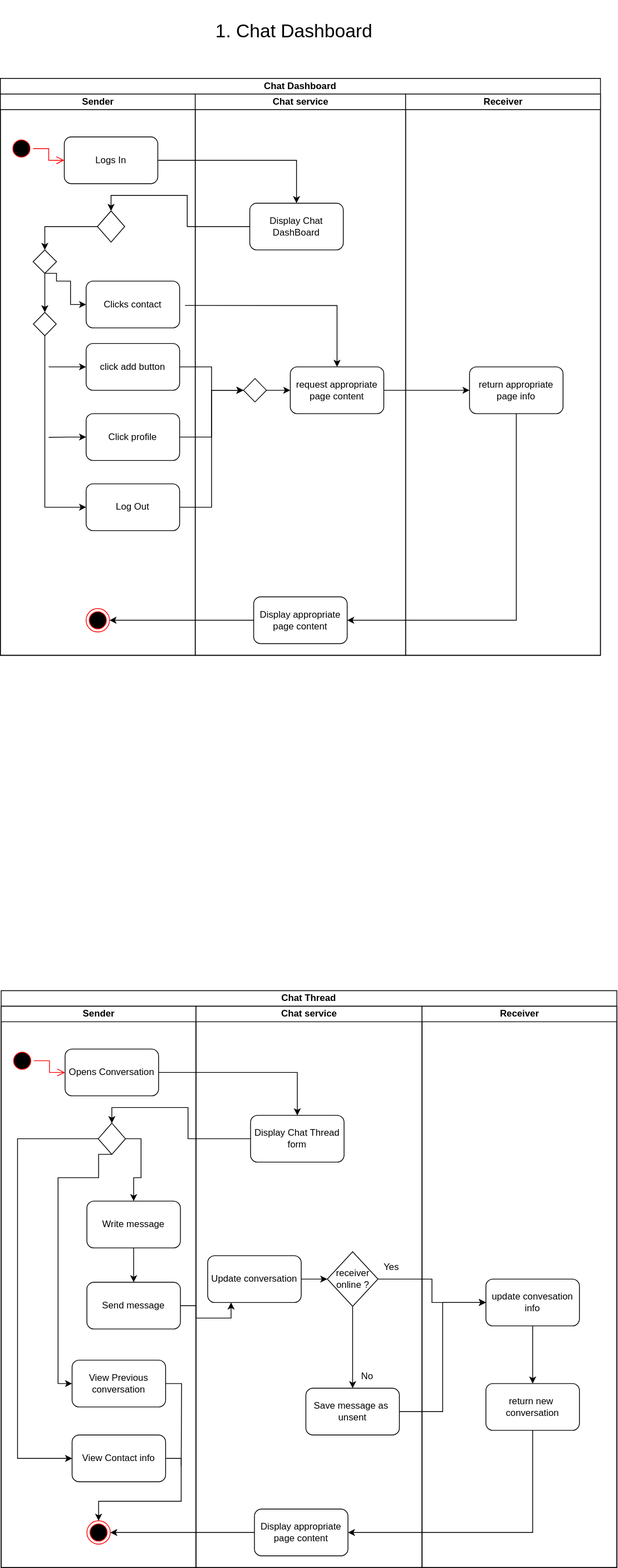
Before: Deliverable1/ActivityDiagrams/Chat.drawio.svg, a diagram exported from draw.io (tshegofatso-motlhakane/Geeks-Chat). Source tidied: cells renumbered, new cells last; positions are measured from the earlier drawing's top-left corner, leaving out a move shared by most shapes.
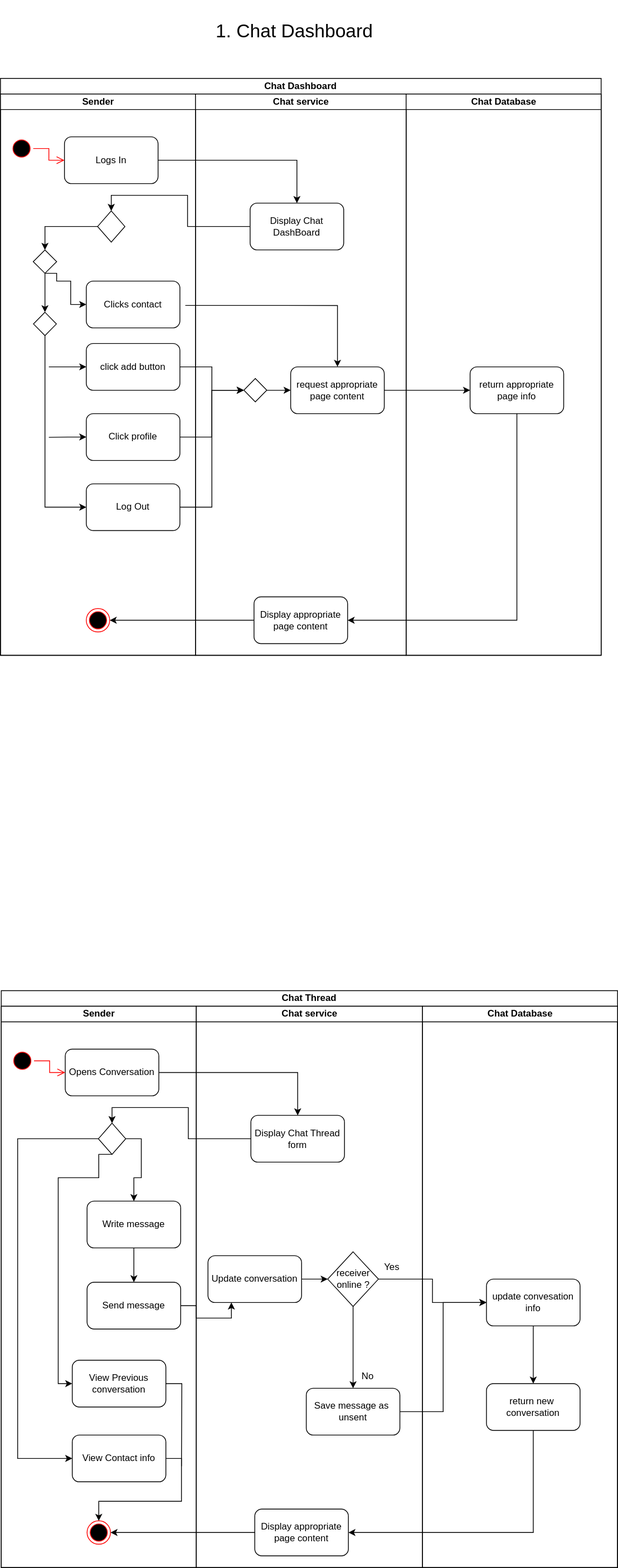
After the change.

Diff of the diagram source:
```diff
@@ -92,7 +92,7 @@
     <mxCell id="26" value="Display appropriate page content" style="rounded=1;whiteSpace=wrap;html=1;" parent="21" vertex="1">
       <mxGeometry x="75" y="645" width="120" height="60" as="geometry" />
     </mxCell>
-    <mxCell id="27" value="Receiver" style="swimlane;html=1;startSize=20;" parent="2" vertex="1">
+    <mxCell id="27" value="Chat Database" style="swimlane;html=1;startSize=20;" parent="2" vertex="1">
       <mxGeometry x="520" y="20" width="250" height="720" as="geometry" />
     </mxCell>
     <mxCell id="28" value="return appropriate page info" style="rounded=1;whiteSpace=wrap;html=1;" parent="27" vertex="1">
@@ -223,7 +223,7 @@
     <mxCell id="65" value="No" style="text;html=1;strokeColor=none;fillColor=none;align=center;verticalAlign=middle;whiteSpace=wrap;rounded=0;" parent="56" vertex="1">
       <mxGeometry x="190" y="460" width="60" height="30" as="geometry" />
     </mxCell>
-    <mxCell id="66" value="Receiver" style="swimlane;html=1;startSize=20;" parent="39" vertex="1">
+    <mxCell id="66" value="Chat Database" style="swimlane;html=1;startSize=20;" parent="39" vertex="1">
       <mxGeometry x="540" y="20" width="250" height="720" as="geometry" />
     </mxCell>
     <mxCell id="67" style="edgeStyle=orthogonalEdgeStyle;rounded=0;jettySize=auto;html=1;exitX=0.5;exitY=1;exitDx=0;exitDy=0;entryX=0.5;entryY=0;entryDx=0;entryDy=0;" parent="66" edge="1" source="68" target="69">
```
